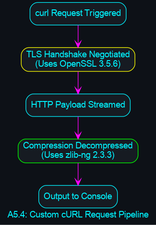
The Graphviz diagram diagrams/compilations/pipeline_curl_request_flow.png in danindiana/hybrid-framework, before a commit. Its source is kept beside it as diagrams/compilations/pipeline_curl_request_flow.dot.
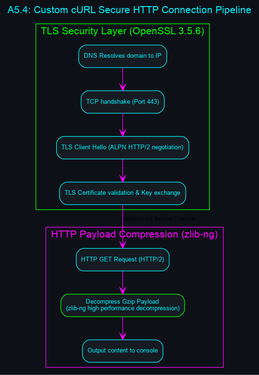
The same diagram one commit later.

Change to the diagram source:
```diff
@@ -1,16 +1,33 @@
 digraph PipeCurlRequest {
-        graph [bgcolor="#0d1117", fontname="Helvetica", fontcolor="#00f2ff", label="A5.4: Custom cURL Request Pipeline"];
-        node [shape=box, style="filled,rounded", color="#00f2ff", fontcolor="#00f2ff", fillcolor="#161b22", fontname="Helvetica"];
-        edge [color="#ff00ff", arrowhead=vee];
+        graph [bgcolor="#0d1117", fontname="Helvetica", fontcolor="#00f2ff", label="A5.4: Custom cURL Secure HTTP Connection Pipeline", labelloc="t", fontsize=16];
+        node [shape=box, style="filled,rounded", color="#00f2ff", fontcolor="#00f2ff", fillcolor="#161b22", fontname="Helvetica", fontsize=10];
+        edge [color="#ff00ff", arrowhead=vee, fontname="Helvetica", fontsize=9];
 
-        Curl_Exec [label="curl Request Triggered"];
-        Handshake [label="TLS Handshake Negotiated\n(Uses OpenSSL 3.5.6)", color="#ffff00"];
-        Transfer [label="HTTP Payload Streamed"];
-        Decompress [label="Compression Decompressed\n(Uses zlib-ng 2.3.3)", color="#00ff00"];
-        Display [label="Output to Console"];
+        subgraph cluster_tls_handshake {
+            label = "TLS Security Layer (OpenSSL 3.5.6)";
+            color = "#00ff00";
+            fontcolor = "#00ff00";
+            DNS_Resolve [label="DNS Resolves domain to IP"];
+            TCP_Connect [label="TCP handshake (Port 443)"];
+            Client_Hello [label="TLS Client Hello (ALPN HTTP/2 negotiation)"];
+            Server_Handshake [label="TLS Certificate validation & Key exchange"];
 
-        Curl_Exec -> Handshake;
-        Handshake -> Transfer;
-        Transfer -> Decompress;
-        Decompress -> Display;
+            DNS_Resolve -> TCP_Connect;
+            TCP_Connect -> Client_Hello;
+            Client_Hello -> Server_Handshake;
+        }
+
+        subgraph cluster_data_stream {
+            label = "HTTP Payload Compression (zlib-ng)";
+            color = "#ff00ff";
+            fontcolor = "#ff00ff";
+            HTTP_Request [label="HTTP GET Request (HTTP/2)"];
+            Inflate_Payload [label="Decompress Gzip Payload\n(zlib-ng high performance decompression)", color="#00ff00"];
+            Stdout_Print [label="Output content to console"];
+
+            HTTP_Request -> Inflate_Payload;
+            Inflate_Payload -> Stdout_Print;
+        }
+
+        Server_Handshake -> HTTP_Request [label="Established Secure Channel"];
     }
```
